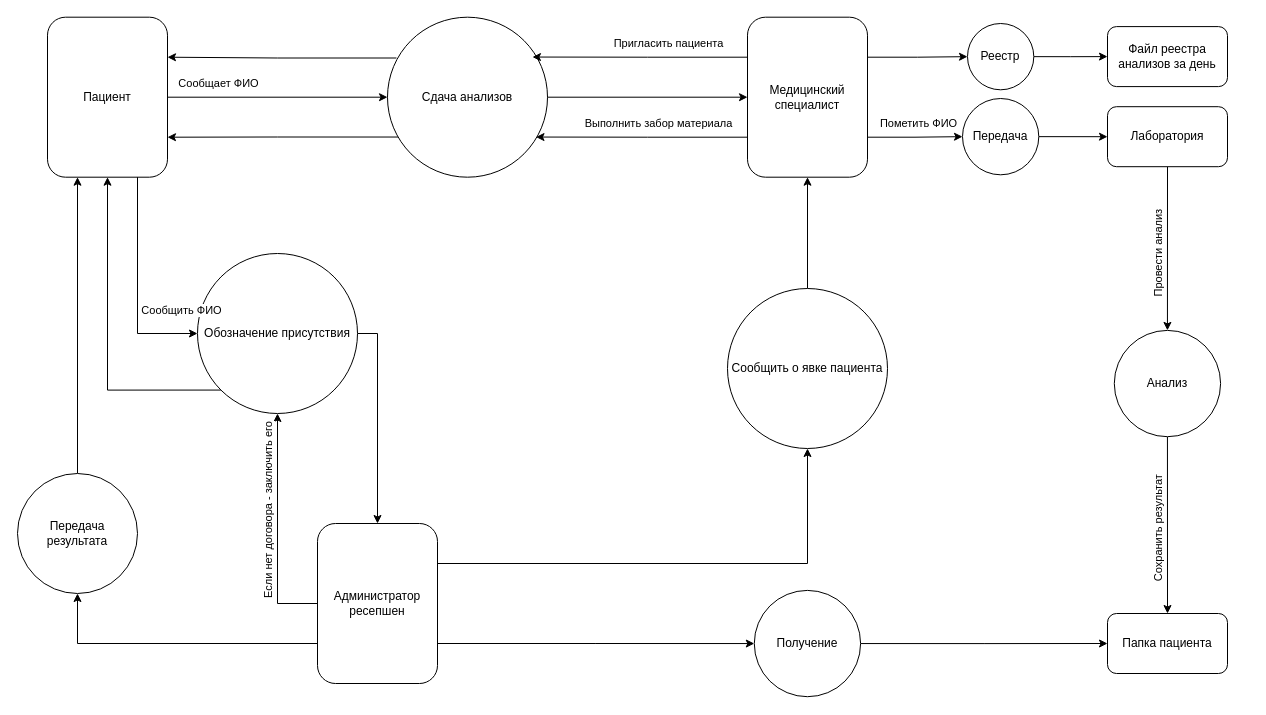
This is Task1/patient_pass_test.drawio from kelwar/architecture-medikamente, a draw.io file, before an edit. Source tidied: cells renumbered, new cells numbered last; positions are measured from the earlier drawing's top-left corner, leaving out a move shared by most shapes. Both pictures are drawn from the tidied source at 100%, with x=0, y=0 at pixel (17, 17).
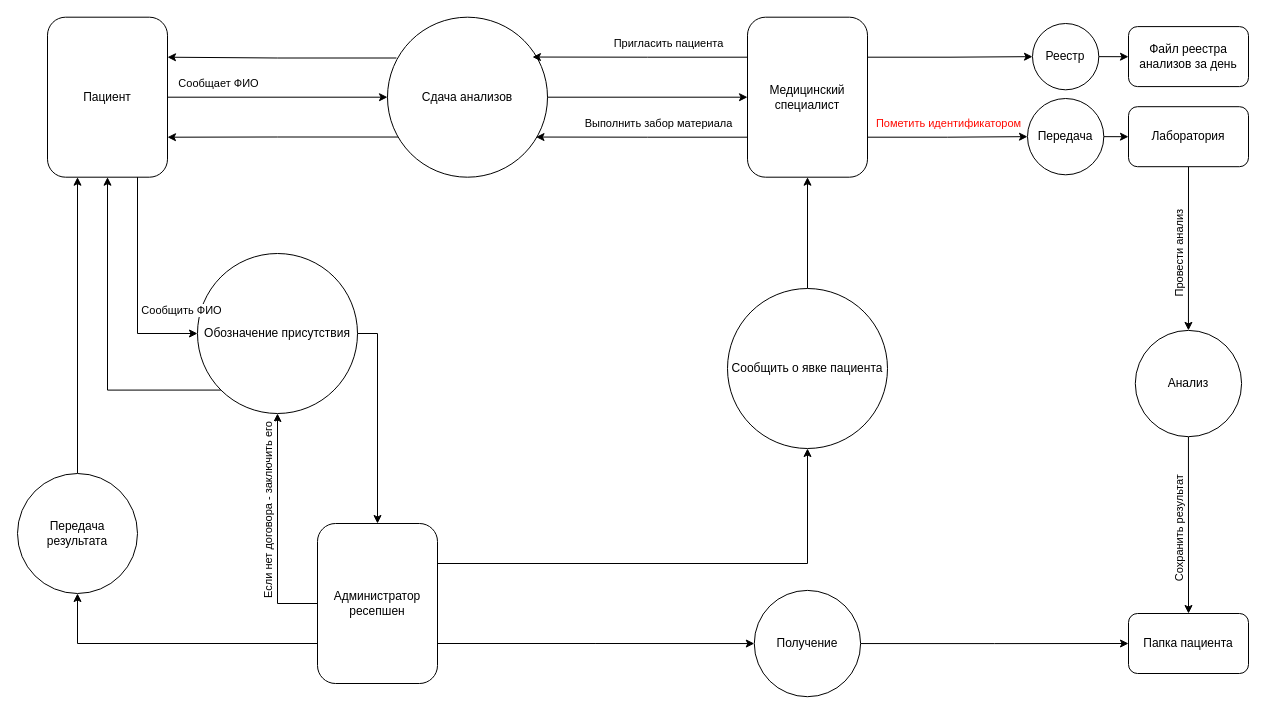
The same page after the edit.

The change refers to these unchanged cells:
```xml
<mxCell id="16" style="edgeStyle=orthogonalEdgeStyle;rounded=0;jettySize=auto;html=1;exitX=1;exitY=0.75;exitDx=0;exitDy=0;entryX=0;entryY=0.5;entryDx=0;entryDy=0;" parent="1" edge="1" source="19" target="34">
  <mxGeometry relative="1" as="geometry" />
</mxCell>
```

What changed in the source:
```diff
@@
-    <mxCell id="17" value="Пометить ФИО" style="edgeLabel;html=1;align=center;verticalAlign=middle;" parent="16" vertex="1">
+    <mxCell id="17" value="Пометить идентификатором" style="edgeLabel;html=1;align=center;verticalAlign=middle;fontColor=#FF0A02;" parent="16" vertex="1">
       <mxGeometry x="-0.66" y="1" relative="1" as="geometry">
-        <mxPoint x="34" y="-13" as="offset" />
+        <mxPoint x="53" y="-13" as="offset" />
       </mxGeometry>
     </mxCell>
@@
     <mxCell id="32" value="Лаборатория" style="rounded=1;whiteSpace=wrap;html=1;" parent="1" vertex="1">
-      <mxGeometry x="1090" y="89.2" width="120" height="60" as="geometry" />
+      <mxGeometry x="1111" y="89.2" width="120" height="60" as="geometry" />
     </mxCell>
@@
     <mxCell id="34" value="Передача" style="ellipse;whiteSpace=wrap;html=1;" parent="1" vertex="1">
-      <mxGeometry x="945" y="81" width="76.3" height="76.3" as="geometry" />
+      <mxGeometry x="1010" y="81" width="76.3" height="76.3" as="geometry" />
     </mxCell>
     <mxCell id="35" value="Папка пациента" style="rounded=1;whiteSpace=wrap;html=1;" parent="1" vertex="1">
-      <mxGeometry x="1090" y="596" width="120" height="60" as="geometry" />
+      <mxGeometry x="1111" y="596" width="120" height="60" as="geometry" />
     </mxCell>
     <mxCell id="36" value="Файл реестра анализов за день" style="rounded=1;whiteSpace=wrap;html=1;" parent="1" vertex="1">
-      <mxGeometry x="1090" y="9.1" width="120" height="60" as="geometry" />
+      <mxGeometry x="1111" y="9.1" width="120" height="60" as="geometry" />
     </mxCell>
@@
     <mxCell id="38" value="Реестр" style="ellipse;whiteSpace=wrap;html=1;" parent="1" vertex="1">
-      <mxGeometry x="950" y="6" width="66.3" height="66.3" as="geometry" />
+      <mxGeometry x="1015" y="6" width="66.3" height="66.3" as="geometry" />
     </mxCell>
@@
     <mxCell id="41" value="Анализ" style="ellipse;whiteSpace=wrap;html=1;" parent="1" vertex="1">
-      <mxGeometry x="1096.8" y="312.9" width="106.3" height="106.3" as="geometry" />
+      <mxGeometry x="1117.8" y="312.9" width="106.3" height="106.3" as="geometry" />
     </mxCell>
```
